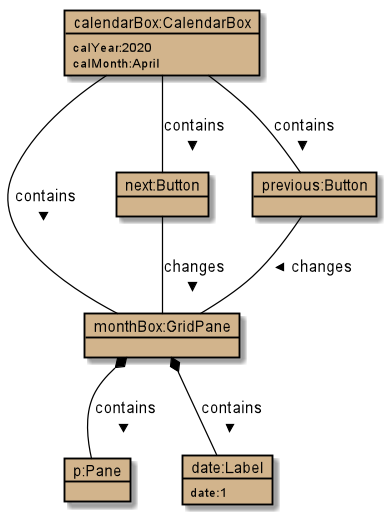
Before: images/CalendarBoxObjectDiagram.png, a diagram exported from PlantUML (AY1920S2-CS2103T-W16-3/main). The source it was exported from:
```plantuml
@startuml

skinparam objectBackgroundColor #tan
skinparam objectBorderColor #black
skinparam arrowColor #black

object "calendarBox:CalendarBox" as cb {
calYear:2020
calMonth:April
}

object "monthBox:GridPane" as mb
object "next:Button" as next
object "previous:Button" as prev
object "p:Pane" as pane
object "date:Label" as lbl {
date:1
}


cb -- mb : contains >
next -- mb : changes >
prev -- mb : changes >
cb -- next : contains >
cb -- prev : contains >
mb *-- pane : contains >
mb *-- lbl : contains >

@enduml
```
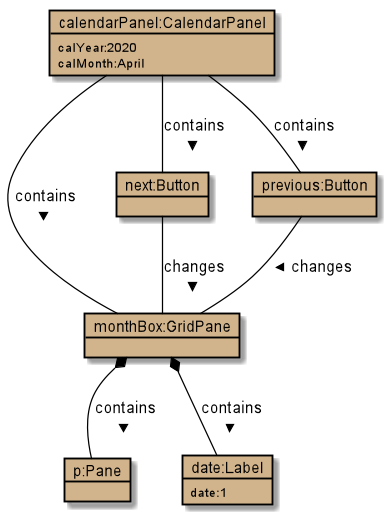
After the change.

Change to the diagram source:
```diff
@@ -4,7 +4,7 @@
 skinparam objectBorderColor #black
 skinparam arrowColor #black
 
-object "calendarBox:CalendarBox" as cb {
+object "calendarPanel:CalendarPanel" as cb {
 calYear:2020
 calMonth:April
 }
```
